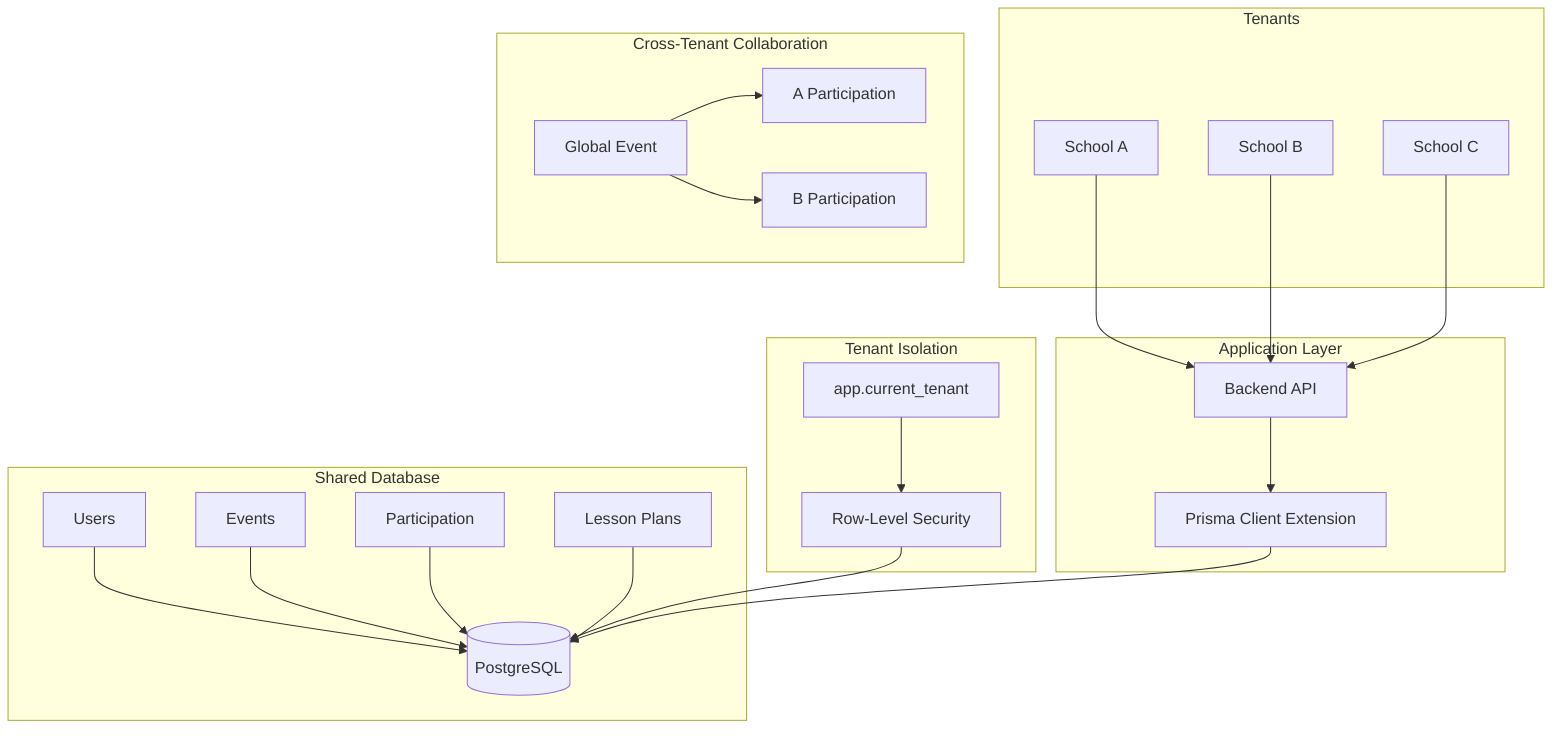
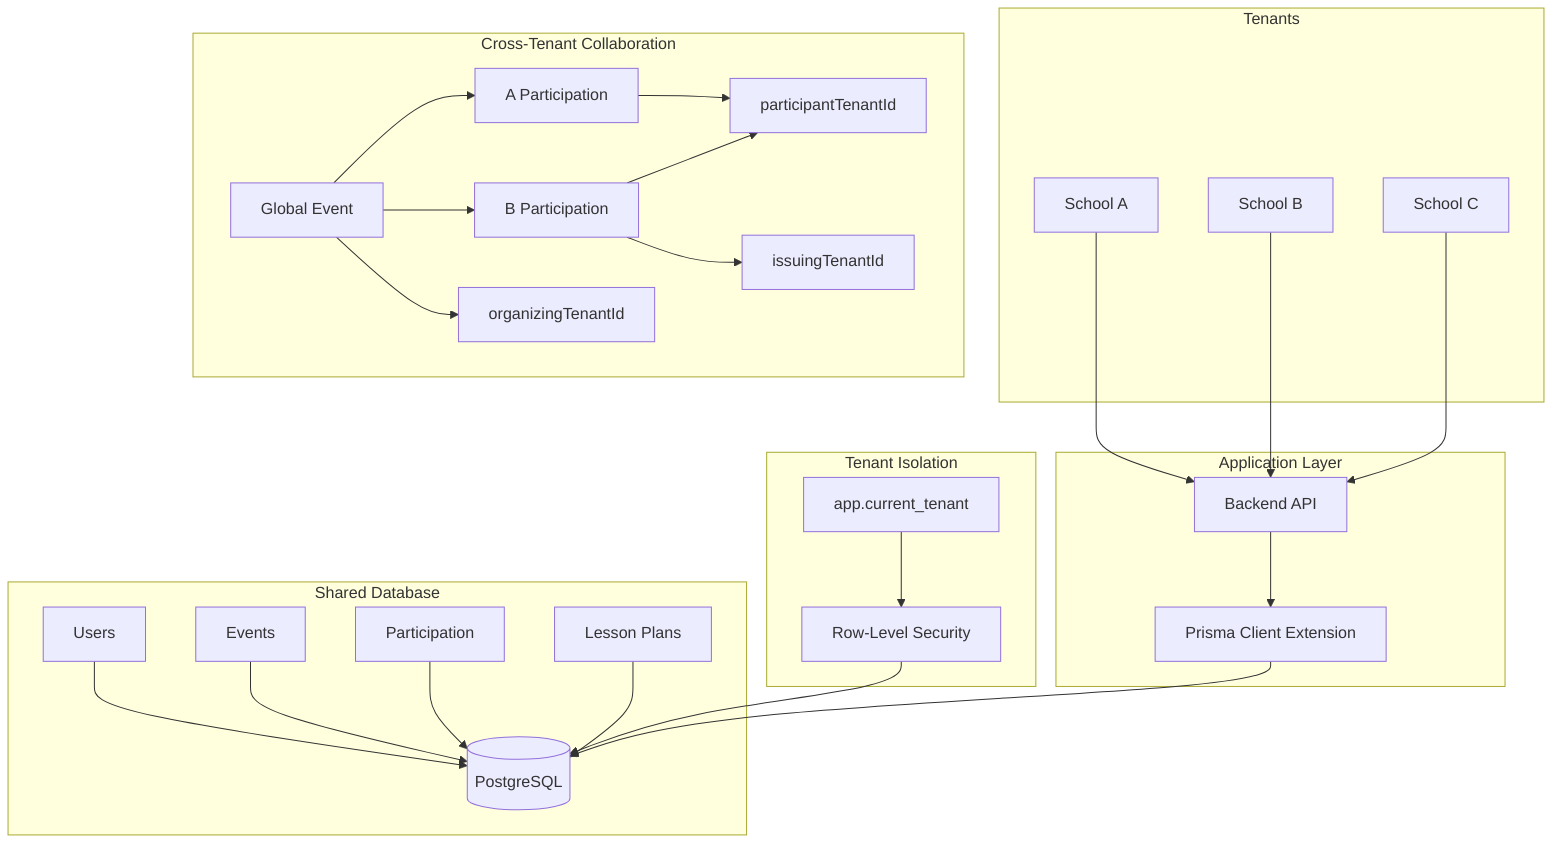
graph TD

  subgraph Shared Database
    DB[(PostgreSQL)]

    Users[Users]
    Events[Events]
    Participation[Participation]
    Lessons[Lesson Plans]

    Users --> DB
    Events --> DB
    Participation --> DB
    Lessons --> DB
  end

  subgraph Tenant Isolation
    RLS[Row-Level Security]
    TenantContext[app.current_tenant]

    TenantContext --> RLS
    RLS --> DB
  end

  subgraph Application Layer
    API[Backend API]
    Prisma[Prisma Client Extension]

    API --> Prisma
    Prisma --> DB
  end

  subgraph Tenants
    SchoolA[School A]
    SchoolB[School B]
    SchoolC[School C]
  end

  SchoolA --> API
  SchoolB --> API
  SchoolC --> API

  subgraph Cross-Tenant Collaboration
    EventGlobal[Global Event]
    ParticipationA[A Participation]
    ParticipationB[B Participation]
+     OrgTenant[organizingTenantId]
+     ParticipantTenant[participantTenantId]
+     IssuingTenant[issuingTenantId]

    EventGlobal --> ParticipationA
    EventGlobal --> ParticipationB
+     EventGlobal --> OrgTenant
+     ParticipationA --> ParticipantTenant
+     ParticipationB --> ParticipantTenant
+     ParticipationB --> IssuingTenant
  end